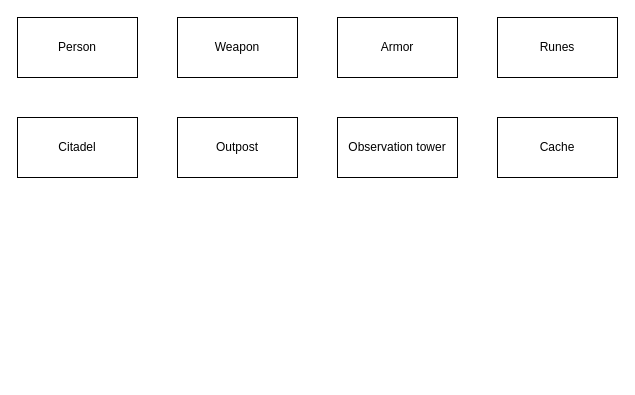
Before: page "AllClass" (8 of 9) of Architecture.drawio in PhoenixVRN/Mafia, a draw.io diagram. Source tidied: cells renumbered, new cells numbered last; positions are measured from the earlier drawing's top-left corner, leaving out a move shared by most shapes. Both pictures are drawn from the tidied source at 100%, with x=0, y=0 at pixel (17, 17).
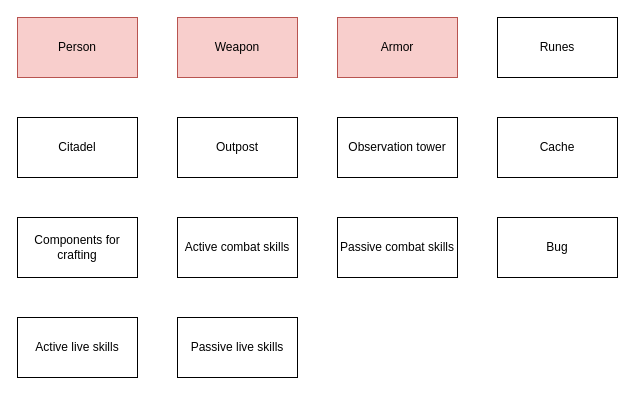
Above is the later version.

What changed in the source:
```diff
@@
 <mxGraphModel>
   <root>
     <mxCell id="0" />
     <mxCell id="1" parent="0" />
-    <mxCell id="2" value="Person" style="rounded=0;whiteSpace=wrap;html=1;" parent="1" vertex="1">
+    <mxCell id="2" value="Person" style="rounded=0;whiteSpace=wrap;html=1;fillColor=#f8cecc;strokeColor=#b85450;" parent="1" vertex="1">
       <mxGeometry width="120" height="60" as="geometry" />
     </mxCell>
-    <mxCell id="3" value="Weapon" style="rounded=0;whiteSpace=wrap;html=1;" parent="1" vertex="1">
+    <mxCell id="3" value="Weapon" style="rounded=0;whiteSpace=wrap;html=1;fillColor=#f8cecc;strokeColor=#b85450;" parent="1" vertex="1">
       <mxGeometry x="160" width="120" height="60" as="geometry" />
     </mxCell>
-    <mxCell id="4" value="Armor" style="rounded=0;whiteSpace=wrap;html=1;" parent="1" vertex="1">
+    <mxCell id="4" value="Armor" style="rounded=0;whiteSpace=wrap;html=1;fillColor=#f8cecc;strokeColor=#b85450;" parent="1" vertex="1">
       <mxGeometry x="320" width="120" height="60" as="geometry" />
     </mxCell>
     <mxCell id="5" value="Runes" style="rounded=0;whiteSpace=wrap;html=1;" parent="1" vertex="1">
       <mxGeometry x="480" width="120" height="60" as="geometry" />
     </mxCell>
     <mxCell id="6" value="Citadel" style="rounded=0;whiteSpace=wrap;html=1;" parent="1" vertex="1">
       <mxGeometry y="100" width="120" height="60" as="geometry" />
     </mxCell>
     <mxCell id="7" value="Outpost" style="rounded=0;whiteSpace=wrap;html=1;" parent="1" vertex="1">
       <mxGeometry x="160" y="100" width="120" height="60" as="geometry" />
     </mxCell>
     <mxCell id="8" value="Observation tower" style="rounded=0;whiteSpace=wrap;html=1;" parent="1" vertex="1">
       <mxGeometry x="320" y="100" width="120" height="60" as="geometry" />
     </mxCell>
     <mxCell id="9" value="Cache" style="rounded=0;whiteSpace=wrap;html=1;" parent="1" vertex="1">
       <mxGeometry x="480" y="100" width="120" height="60" as="geometry" />
     </mxCell>
+    <mxCell id="10" value="Components for crafting" style="rounded=0;whiteSpace=wrap;html=1;" parent="1" vertex="1">
+      <mxGeometry y="200" width="120" height="60" as="geometry" />
+    </mxCell>
+    <mxCell id="11" value="Active combat skills" style="rounded=0;whiteSpace=wrap;html=1;" parent="1" vertex="1">
+      <mxGeometry x="160" y="200" width="120" height="60" as="geometry" />
+    </mxCell>
+    <mxCell id="12" value="Passive combat skills" style="rounded=0;whiteSpace=wrap;html=1;" parent="1" vertex="1">
+      <mxGeometry x="320" y="200" width="120" height="60" as="geometry" />
+    </mxCell>
+    <mxCell id="13" value="Bug" style="rounded=0;whiteSpace=wrap;html=1;" parent="1" vertex="1">
+      <mxGeometry x="480" y="200" width="120" height="60" as="geometry" />
+    </mxCell>
+    <mxCell id="14" value="Active live skills" style="rounded=0;whiteSpace=wrap;html=1;" parent="1" vertex="1">
+      <mxGeometry y="300" width="120" height="60" as="geometry" />
+    </mxCell>
+    <mxCell id="15" value="Passive live skills" style="rounded=0;whiteSpace=wrap;html=1;" parent="1" vertex="1">
+      <mxGeometry x="160" y="300" width="120" height="60" as="geometry" />
+    </mxCell>
   </root>
 </mxGraphModel>
```
